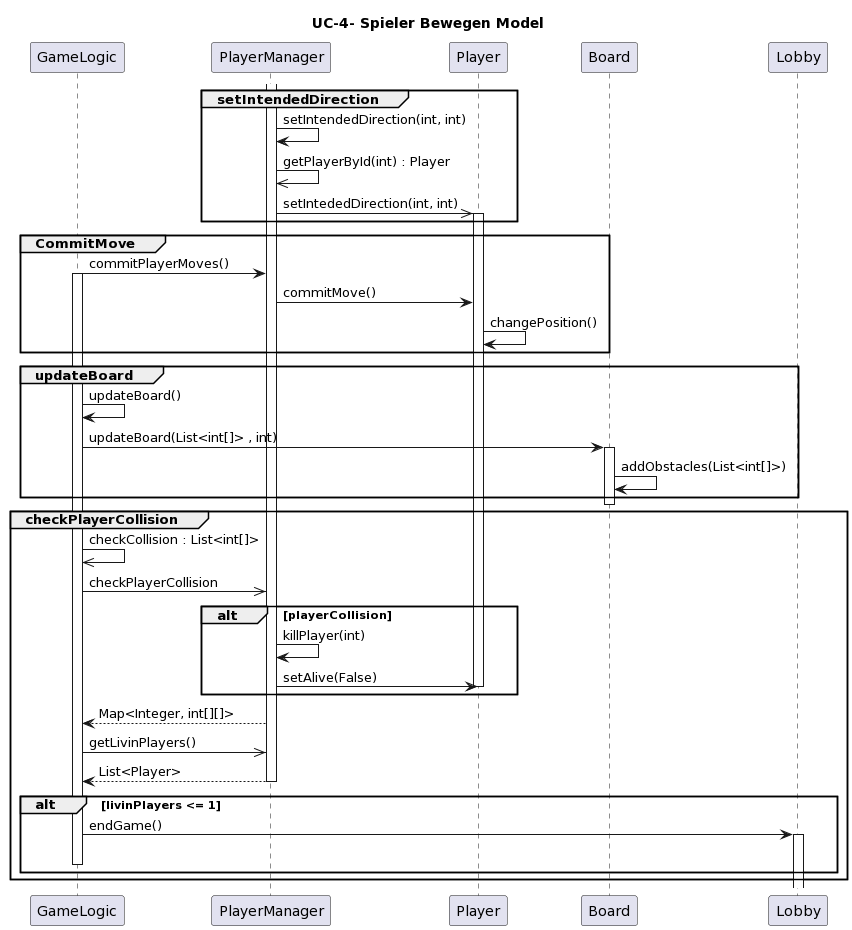
Earlier version of the PlantUML export doku-game/UC-4-Spieler-Bewegen-Model.png (PrismFox/tron-game).
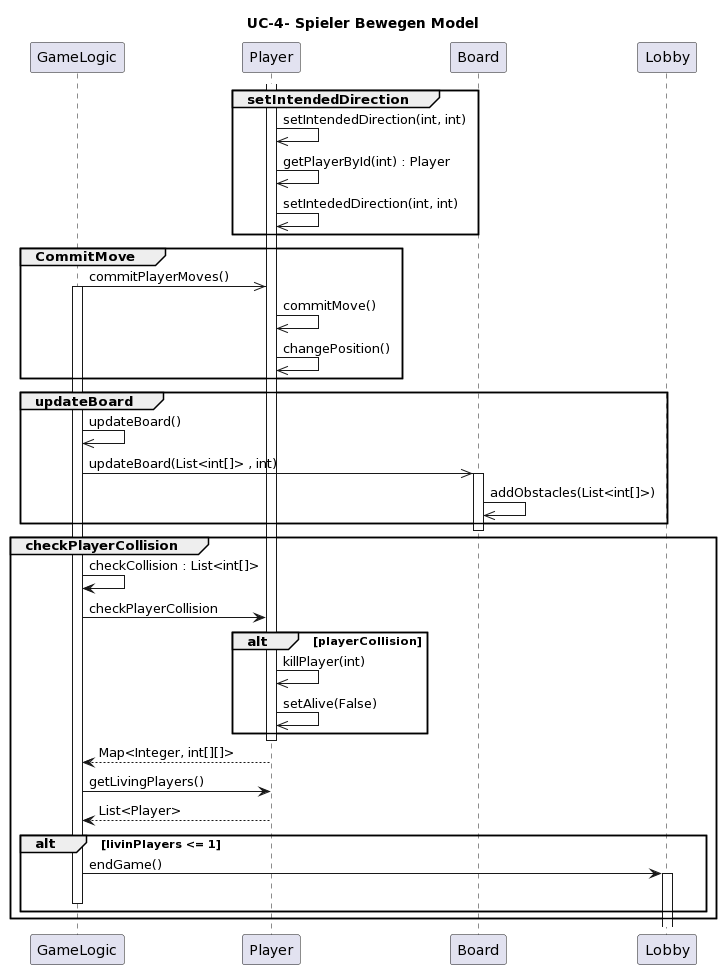
After the change.

The edit, as a diff of the source:
```diff
@@ -2,51 +2,50 @@
 title UC-4- Spieler Bewegen Model
 
 Participant GameLogic
-Participant PlayerManager
 Participant Player
 Participant Board
 
 
 Group setIntendedDirection
-Activate PlayerManager
+Activate Player
 
-PlayerManager -> PlayerManager : setIntendedDirection(int, int)
+Player ->> Player : setIntendedDirection(int, int)
 
-PlayerManager ->> PlayerManager : getPlayerById(int) : Player
-PlayerManager ->> Player : setIntededDirection(int, int)
-Activate Player
+Player ->> Player : getPlayerById(int) : Player
+Player ->> Player : setIntededDirection(int, int)
 
 end
 
 Group CommitMove
-GameLogic -> PlayerManager : commitPlayerMoves()
+GameLogic ->> Player : commitPlayerMoves()
 Activate GameLogic
-PlayerManager -> Player : commitMove()
-Player -> Player : changePosition()
+Player ->> Player : commitMove()
+Player ->> Player : changePosition()
 end
 
 Group updateBoard
-GameLogic -> GameLogic : updateBoard()
-GameLogic -> Board : updateBoard(List<int[]> , int)
+GameLogic ->> GameLogic : updateBoard()
+GameLogic ->> Board : updateBoard(List<int[]> , int)
 Activate Board
-Board -> Board : addObstacles(List<int[]>)
+Board ->> Board : addObstacles(List<int[]>)
 
 end
 Deactivate Board
 Group checkPlayerCollision
 
-GameLogic ->> GameLogic : checkCollision : List<int[]>
-GameLogic ->> PlayerManager : checkPlayerCollision
+GameLogic -> GameLogic : checkCollision : List<int[]>
+GameLogic -> Player : checkPlayerCollision
 alt playerCollision
-  PlayerManager -> PlayerManager : killPlayer(int)
-  PlayerManager -> Player : setAlive(False)
-  Deactivate Player
+  Player ->> Player : killPlayer(int)
+  Player ->> Player : setAlive(False)
+
 end
-PlayerManager --> GameLogic : Map<Integer, int[][]>
-GameLogic ->> PlayerManager : getLivinPlayers()
-PlayerManager --> GameLogic : List<Player>
+Deactivate Player
+Player --> GameLogic : Map<Integer, int[][]>
+GameLogic -> Player : getLivingPlayers()
+Player --> GameLogic : List<Player>
 
-Deactivate PlayerManager
+Deactivate Player
 
 alt livinPlayers <= 1
   GameLogic -> Lobby : endGame()
```
